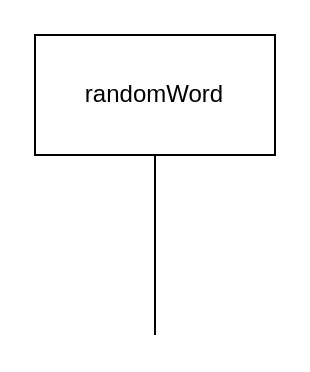
The draw.io diagram Untitled Diagram.drawio in Jotin08/100daysofPython, before the edit. Source tidied: cells renumbered, new cells numbered last; positions are measured from the earlier drawing's top-left corner, leaving out a move shared by most shapes. Both pictures are drawn from the tidied source at 200%, with x=0, y=0 at pixel (34, 34).
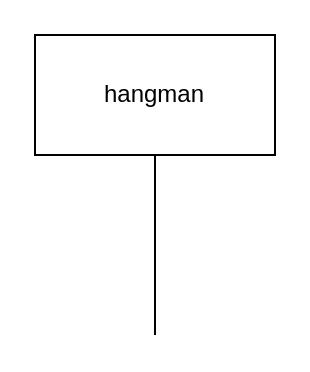
After the change.

The edit, as a diff of the source:
```diff
@@
 <mxGraphModel>
   <root>
     <mxCell id="0" />
     <mxCell id="1" parent="0" />
-    <mxCell id="2" value="randomWord" style="rounded=0;whiteSpace=wrap;html=1;" parent="1" vertex="1">
+    <mxCell id="2" value="hangman" style="rounded=0;whiteSpace=wrap;html=1;" parent="1" vertex="1">
       <mxGeometry width="120" height="60" as="geometry" />
     </mxCell>
     <mxCell id="3" style="endArrow=none;html=1;rounded=0;entryX=0.5;entryY=1;entryDx=0;entryDy=0;" parent="1" edge="1" target="2">
       <mxGeometry relative="1" as="geometry">
         <mxPoint x="60" y="150" as="sourcePoint" />
       </mxGeometry>
     </mxCell>
   </root>
 </mxGraphModel>
```
